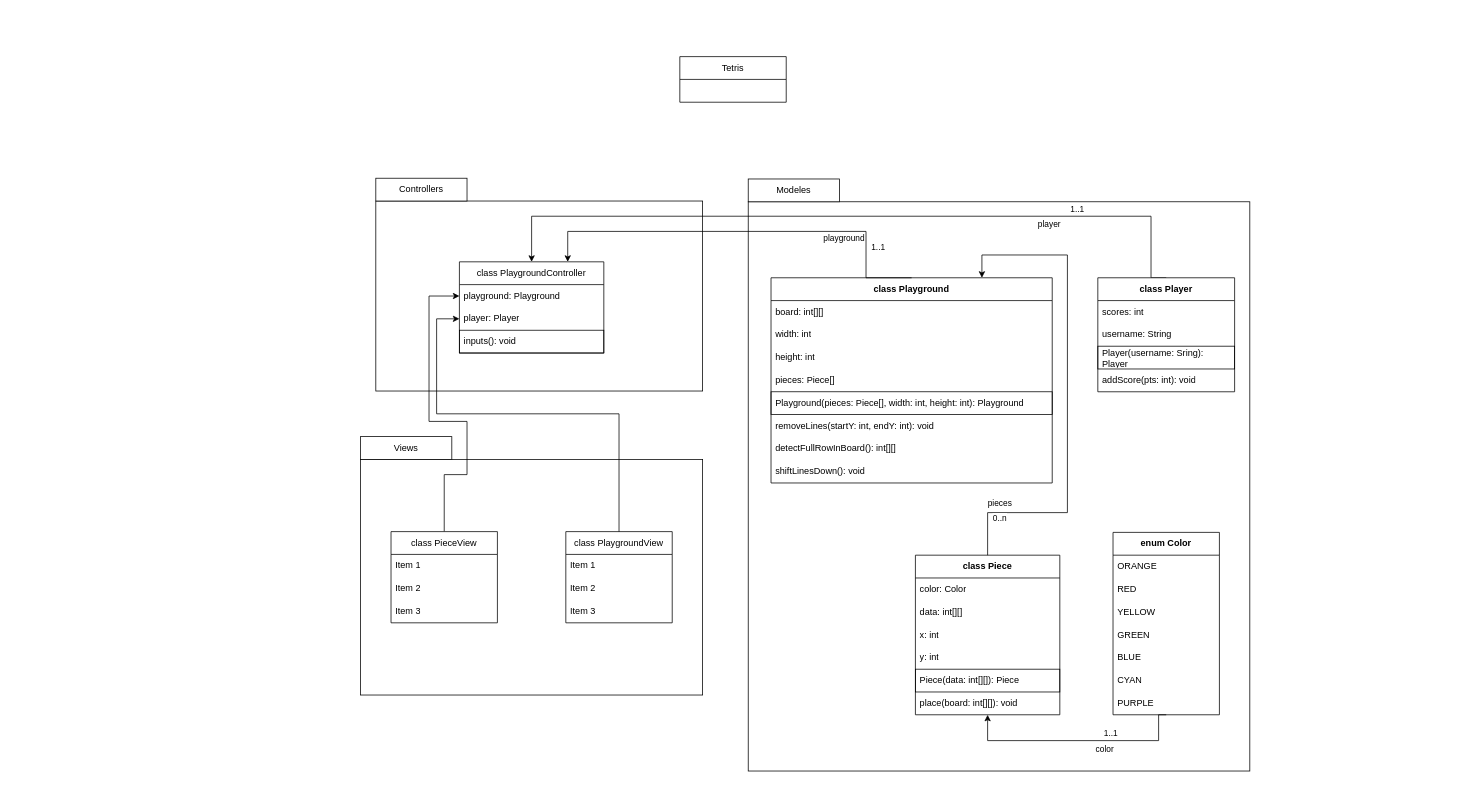
Earlier version of the draw.io diagram UML.drawio (ESEO-School-project/Tetris). Source tidied: cells renumbered, new cells numbered last; positions are measured from the earlier drawing's top-left corner, leaving out a move shared by most shapes. Both pictures are drawn from the tidied source at 76%, with x=0, y=0 at pixel (360, 56).
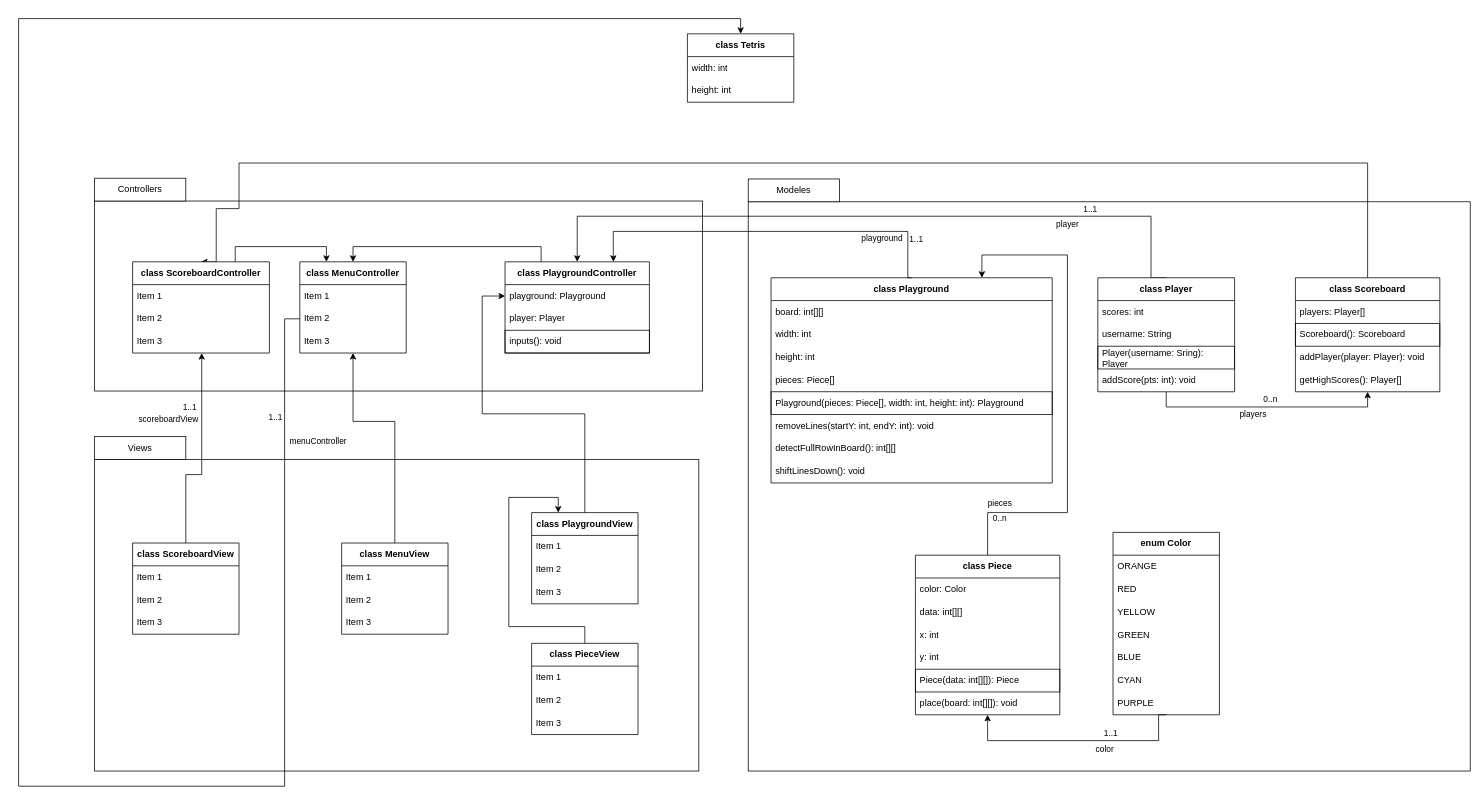
The same page after the edit.

Commit message (it also covers changes not shown here):
Mettre à jour UML.drawio

Unchanged cells that the change refers to:
```xml
<mxCell id="5" value="playground: Playground" style="text;strokeColor=none;fillColor=none;align=left;verticalAlign=middle;spacingLeft=4;spacingRight=4;overflow=hidden;points=[[0,0.5],[1,0.5]];portConstraint=eastwest;whiteSpace=wrap;html=1;" parent="4" vertex="1">
  <mxGeometry y="30" width="190" height="30" as="geometry" />
</mxCell>
<mxCell id="6" value="player: Player" style="text;strokeColor=none;fillColor=none;align=left;verticalAlign=middle;spacingLeft=4;spacingRight=4;overflow=hidden;points=[[0,0.5],[1,0.5]];portConstraint=eastwest;whiteSpace=wrap;html=1;" parent="4" vertex="1">
  <mxGeometry y="60" width="190" height="30" as="geometry" />
</mxCell>
<mxCell id="11" value="&lt;b&gt;class Player&lt;/b&gt;" style="swimlane;fontStyle=0;horizontal=1;startSize=30;whiteSpace=wrap;html=1;" parent="1" vertex="1">
  <mxGeometry x="970" y="291" width="180" height="150" as="geometry" />
</mxCell>
<mxCell id="16" value="&lt;b&gt;class Playground&lt;/b&gt;" style="swimlane;fontStyle=0;horizontal=1;startSize=30;whiteSpace=wrap;html=1;" parent="1" vertex="1">
  <mxGeometry x="540" y="291" width="370" height="270" as="geometry" />
</mxCell>
```

Diff of the diagram source:
```diff
@@
     <mxCell id="2" style="rounded=0;whiteSpace=wrap;html=1;" parent="1" vertex="1">
-      <mxGeometry x="20" y="190" width="430" height="250" as="geometry" />
+      <mxGeometry x="-350" y="190" width="800" height="250" as="geometry" />
     </mxCell>
     <mxCell id="3" style="rounded=0;whiteSpace=wrap;html=1;" parent="1" vertex="1">
-      <mxGeometry x="510" y="191" width="660" height="749" as="geometry" />
+      <mxGeometry x="510" y="191" width="950" height="749" as="geometry" />
     </mxCell>
+    <mxCell id="64" style="edgeStyle=orthogonalEdgeStyle;rounded=0;jettySize=auto;html=1;exitX=0.25;exitY=0;exitDx=0;exitDy=0;entryX=0.5;entryY=0;entryDx=0;entryDy=0;" parent="1" edge="1" source="4" target="76">
+      <mxGeometry relative="1" as="geometry" />
+    </mxCell>
-    <mxCell id="4" value="&lt;div&gt;class PlaygroundController&lt;/div&gt;" style="swimlane;fontStyle=0;horizontal=1;startSize=30;whiteSpace=wrap;html=1;" parent="1" vertex="1">
-      <mxGeometry x="130" y="270" width="190" height="120" as="geometry" />
+    <mxCell id="4" value="&lt;div&gt;&lt;b&gt;class PlaygroundController&lt;/b&gt;&lt;/div&gt;" style="swimlane;fontStyle=0;horizontal=1;startSize=30;whiteSpace=wrap;html=1;" parent="1" vertex="1">
+      <mxGeometry x="190" y="270" width="190" height="120" as="geometry" />
     </mxCell>
@@
     <mxCell id="8" style="edgeStyle=orthogonalEdgeStyle;rounded=0;jettySize=auto;html=1;entryX=0.5;entryY=0;entryDx=0;entryDy=0;exitX=0.5;exitY=0;exitDx=0;exitDy=0;" parent="1" edge="1" source="11" target="4">
       <mxGeometry relative="1" as="geometry">
         <Array as="points">
           <mxPoint x="1040" y="291" />
           <mxPoint x="1040" y="210" />
-          <mxPoint x="225" y="210" />
+          <mxPoint x="285" y="210" />
         </Array>
       </mxGeometry>
     </mxCell>
@@
+    <mxCell id="65" style="edgeStyle=orthogonalEdgeStyle;rounded=0;jettySize=auto;html=1;exitX=0.5;exitY=1;exitDx=0;exitDy=0;entryX=0.5;entryY=1;entryDx=0;entryDy=0;" parent="1" edge="1" source="11" target="71">
+      <mxGeometry relative="1" as="geometry" />
+    </mxCell>
+    <mxCell id="66" value="0..n" style="edgeLabel;html=1;align=center;verticalAlign=middle;" parent="65" vertex="1">
+      <mxGeometry x="-0.13" y="2" relative="1" as="geometry">
+        <mxPoint x="23" y="-9" as="offset" />
+      </mxGeometry>
+    </mxCell>
+    <mxCell id="67" value="players" style="edgeLabel;html=1;align=center;verticalAlign=middle;" parent="65" vertex="1">
+      <mxGeometry x="0.27" y="3" relative="1" as="geometry">
+        <mxPoint x="-61" y="12" as="offset" />
+      </mxGeometry>
+    </mxCell>
@@
     <mxCell id="40" style="edgeStyle=orthogonalEdgeStyle;rounded=0;jettySize=auto;html=1;exitX=0.5;exitY=0;exitDx=0;exitDy=0;entryX=0.75;entryY=0;entryDx=0;entryDy=0;" parent="1" edge="1" source="16" target="4">
       <mxGeometry relative="1" as="geometry">
         <Array as="points">
-          <mxPoint x="665" y="291" />
-          <mxPoint x="665" y="230" />
-          <mxPoint x="273" y="230" />
+          <mxPoint x="720" y="291" />
+          <mxPoint x="720" y="230" />
+          <mxPoint x="333" y="230" />
         </Array>
       </mxGeometry>
     </mxCell>
     <mxCell id="41" value="1..1" style="edgeLabel;html=1;align=center;verticalAlign=middle;" parent="40" vertex="1">
       <mxGeometry x="-0.53" y="-1" relative="1" as="geometry">
-        <mxPoint x="24" y="21" as="offset" />
+        <mxPoint x="60" y="11" as="offset" />
       </mxGeometry>
     </mxCell>
     <mxCell id="42" value="playground" style="edgeLabel;html=1;align=center;verticalAlign=middle;rotation=0;" parent="1" vertex="1">
-      <mxGeometry x="630" y="240" as="geometry">
+      <mxGeometry x="680" y="240" as="geometry">
         <mxPoint x="5" y="-2" as="offset" />
       </mxGeometry>
     </mxCell>
@@
     <mxCell id="50" value="Controllers" style="rounded=0;whiteSpace=wrap;html=1;" parent="1" vertex="1">
-      <mxGeometry x="20" y="160" width="120" height="30" as="geometry" />
+      <mxGeometry x="-350" y="160" width="120" height="30" as="geometry" />
     </mxCell>
     <mxCell id="51" style="rounded=0;whiteSpace=wrap;html=1;" parent="1" vertex="1">
-      <mxGeometry y="530" width="450" height="310" as="geometry" />
+      <mxGeometry x="-350" y="530" width="795" height="410" as="geometry" />
     </mxCell>
     <mxCell id="52" value="Views" style="rounded=0;whiteSpace=wrap;html=1;" parent="1" vertex="1">
-      <mxGeometry y="500" width="120" height="30" as="geometry" />
+      <mxGeometry x="-350" y="500" width="120" height="30" as="geometry" />
     </mxCell>
-    <mxCell id="53" style="edgeStyle=orthogonalEdgeStyle;rounded=0;jettySize=auto;html=1;exitX=0.5;exitY=0;exitDx=0;exitDy=0;entryX=0;entryY=0.5;entryDx=0;entryDy=0;" parent="1" edge="1" source="54" target="5">
+    <mxCell id="53" style="edgeStyle=orthogonalEdgeStyle;rounded=0;jettySize=auto;html=1;exitX=0.5;exitY=0;exitDx=0;exitDy=0;entryX=0.25;entryY=0;entryDx=0;entryDy=0;" parent="1" edge="1" source="54" target="58">
       <mxGeometry relative="1" as="geometry">
         <Array as="points">
-          <mxPoint x="110" y="550" />
-          <mxPoint x="140" y="550" />
-          <mxPoint x="140" y="480" />
-          <mxPoint x="90" y="480" />
-          <mxPoint x="90" y="315" />
+          <mxPoint x="295" y="750" />
+          <mxPoint x="195" y="750" />
+          <mxPoint x="195" y="580" />
+          <mxPoint x="260" y="580" />
         </Array>
       </mxGeometry>
     </mxCell>
-    <mxCell id="54" value="class PieceView" style="swimlane;fontStyle=0;horizontal=1;startSize=30;whiteSpace=wrap;html=1;" parent="1" vertex="1">
-      <mxGeometry x="40" y="625" width="140" height="120" as="geometry" />
+    <mxCell id="54" value="&lt;b&gt;class PieceView&lt;/b&gt;" style="swimlane;fontStyle=0;horizontal=1;startSize=30;whiteSpace=wrap;html=1;" parent="1" vertex="1">
+      <mxGeometry x="225" y="772" width="140" height="120" as="geometry" />
     </mxCell>
@@
-    <mxCell id="58" value="class PlaygroundView" style="swimlane;fontStyle=0;horizontal=1;startSize=30;whiteSpace=wrap;html=1;" parent="1" vertex="1">
-      <mxGeometry x="270" y="625" width="140" height="120" as="geometry" />
+    <mxCell id="58" value="&lt;b&gt;class PlaygroundView&lt;/b&gt;" style="swimlane;fontStyle=0;horizontal=1;startSize=30;whiteSpace=wrap;html=1;" parent="1" vertex="1">
+      <mxGeometry x="225" y="600" width="140" height="120" as="geometry" />
     </mxCell>
@@
-    <mxCell id="62" value="Tetris" style="swimlane;fontStyle=0;horizontal=1;startSize=30;whiteSpace=wrap;html=1;" parent="1" vertex="1">
-      <mxGeometry x="420" width="140" height="60" as="geometry" />
+    <mxCell id="62" value="&lt;b&gt;class Tetris&lt;/b&gt;" style="swimlane;fontStyle=0;horizontal=1;startSize=30;whiteSpace=wrap;html=1;" parent="1" vertex="1">
+      <mxGeometry x="430" y="-30" width="140" height="90" as="geometry" />
     </mxCell>
+    <mxCell id="68" value="width: int" style="text;strokeColor=none;fillColor=none;align=left;verticalAlign=middle;spacingLeft=4;spacingRight=4;overflow=hidden;whiteSpace=wrap;html=1;" parent="62" vertex="1">
+      <mxGeometry y="30" width="140" height="30" as="geometry" />
+    </mxCell>
+    <mxCell id="69" value="height: int" style="text;strokeColor=none;fillColor=none;align=left;verticalAlign=middle;spacingLeft=4;spacingRight=4;overflow=hidden;whiteSpace=wrap;html=1;" parent="62" vertex="1">
+      <mxGeometry y="60" width="140" height="30" as="geometry" />
+    </mxCell>
-    <mxCell id="63" style="edgeStyle=orthogonalEdgeStyle;rounded=0;jettySize=auto;html=1;exitX=0.5;exitY=0;exitDx=0;exitDy=0;entryX=0;entryY=0.5;entryDx=0;entryDy=0;" parent="1" edge="1" source="58" target="6">
+    <mxCell id="63" style="edgeStyle=orthogonalEdgeStyle;rounded=0;jettySize=auto;html=1;exitX=0.5;exitY=0;exitDx=0;exitDy=0;entryX=0;entryY=0.5;entryDx=0;entryDy=0;" parent="1" edge="1" source="58" target="5">
       <mxGeometry relative="1" as="geometry">
         <Array as="points">
-          <mxPoint x="340" y="470" />
-          <mxPoint x="100" y="470" />
-          <mxPoint x="100" y="345" />
+          <mxPoint x="295" y="470" />
+          <mxPoint x="160" y="470" />
+          <mxPoint x="160" y="315" />
         </Array>
       </mxGeometry>
     </mxCell>
+    <mxCell id="70" style="edgeStyle=orthogonalEdgeStyle;rounded=0;jettySize=auto;html=1;exitX=0.5;exitY=0;exitDx=0;exitDy=0;entryX=0.5;entryY=0;entryDx=0;entryDy=0;" parent="1" edge="1" source="71" target="90">
+      <mxGeometry relative="1" as="geometry">
+        <Array as="points">
+          <mxPoint x="1325" y="140" />
+          <mxPoint x="-160" y="140" />
+          <mxPoint x="-160" y="200" />
+          <mxPoint x="-190" y="200" />
+        </Array>
+      </mxGeometry>
+    </mxCell>
+    <mxCell id="71" value="&lt;b&gt;class Scoreboard&lt;/b&gt;" style="swimlane;fontStyle=0;horizontal=1;startSize=30;whiteSpace=wrap;html=1;" parent="1" vertex="1">
+      <mxGeometry x="1230" y="291" width="190" height="150" as="geometry" />
+    </mxCell>
+    <mxCell id="72" value="players: Player[]" style="text;strokeColor=none;fillColor=none;align=left;verticalAlign=middle;spacingLeft=4;spacingRight=4;overflow=hidden;whiteSpace=wrap;html=1;" parent="71" vertex="1">
+      <mxGeometry y="30" width="190" height="30" as="geometry" />
+    </mxCell>
+    <mxCell id="73" value="Scoreboard(): Scoreboard" style="text;strokeColor=default;fillColor=none;align=left;verticalAlign=middle;spacingLeft=4;spacingRight=4;overflow=hidden;whiteSpace=wrap;html=1;" parent="71" vertex="1">
+      <mxGeometry y="60" width="190" height="30" as="geometry" />
+    </mxCell>
+    <mxCell id="74" value="addPlayer(player: Player): void" style="text;strokeColor=none;fillColor=none;align=left;verticalAlign=middle;spacingLeft=4;spacingRight=4;overflow=hidden;whiteSpace=wrap;html=1;" parent="71" vertex="1">
+      <mxGeometry y="90" width="190" height="30" as="geometry" />
+    </mxCell>
+    <mxCell id="75" value="getHighScores(): Player[]" style="text;strokeColor=none;fillColor=none;align=left;verticalAlign=middle;spacingLeft=4;spacingRight=4;overflow=hidden;whiteSpace=wrap;html=1;" parent="71" vertex="1">
+      <mxGeometry y="120" width="190" height="30" as="geometry" />
+    </mxCell>
+    <mxCell id="76" value="&lt;b&gt;class MenuController&lt;/b&gt;" style="swimlane;fontStyle=0;horizontal=1;startSize=30;whiteSpace=wrap;html=1;" parent="1" vertex="1">
+      <mxGeometry x="-80" y="270" width="140" height="120" as="geometry" />
+    </mxCell>
+    <mxCell id="77" value="Item 1" style="text;strokeColor=none;fillColor=none;align=left;verticalAlign=middle;spacingLeft=4;spacingRight=4;overflow=hidden;whiteSpace=wrap;html=1;" parent="76" vertex="1">
+      <mxGeometry y="30" width="140" height="30" as="geometry" />
+    </mxCell>
+    <mxCell id="78" value="Item 2" style="text;strokeColor=none;fillColor=none;align=left;verticalAlign=middle;spacingLeft=4;spacingRight=4;overflow=hidden;points=[[0,0.5],[1,0.5]];portConstraint=eastwest;whiteSpace=wrap;html=1;" parent="76" vertex="1">
+      <mxGeometry y="60" width="140" height="30" as="geometry" />
+    </mxCell>
+    <mxCell id="79" value="Item 3" style="text;strokeColor=none;fillColor=none;align=left;verticalAlign=middle;spacingLeft=4;spacingRight=4;overflow=hidden;whiteSpace=wrap;html=1;" parent="76" vertex="1">
+      <mxGeometry y="90" width="140" height="30" as="geometry" />
+    </mxCell>
+    <mxCell id="80" style="edgeStyle=orthogonalEdgeStyle;rounded=0;jettySize=auto;html=1;exitX=0.5;exitY=0;exitDx=0;exitDy=0;entryX=0.5;entryY=1;entryDx=0;entryDy=0;" parent="1" edge="1" source="81" target="76">
+      <mxGeometry relative="1" as="geometry">
+        <Array as="points">
+          <mxPoint x="45" y="480" />
+          <mxPoint x="-10" y="480" />
+        </Array>
+      </mxGeometry>
+    </mxCell>
+    <mxCell id="81" value="&lt;b&gt;class MenuView&lt;/b&gt;" style="swimlane;fontStyle=0;horizontal=1;startSize=30;whiteSpace=wrap;html=1;" parent="1" vertex="1">
+      <mxGeometry x="-25" y="640" width="140" height="120" as="geometry" />
+    </mxCell>
+    <mxCell id="82" value="Item 1" style="text;strokeColor=none;fillColor=none;align=left;verticalAlign=middle;spacingLeft=4;spacingRight=4;overflow=hidden;whiteSpace=wrap;html=1;" parent="81" vertex="1">
+      <mxGeometry y="30" width="140" height="30" as="geometry" />
+    </mxCell>
+    <mxCell id="83" value="Item 2" style="text;strokeColor=none;fillColor=none;align=left;verticalAlign=middle;spacingLeft=4;spacingRight=4;overflow=hidden;whiteSpace=wrap;html=1;" parent="81" vertex="1">
+      <mxGeometry y="60" width="140" height="30" as="geometry" />
+    </mxCell>
+    <mxCell id="84" value="Item 3" style="text;strokeColor=none;fillColor=none;align=left;verticalAlign=middle;spacingLeft=4;spacingRight=4;overflow=hidden;whiteSpace=wrap;html=1;" parent="81" vertex="1">
+      <mxGeometry y="90" width="140" height="30" as="geometry" />
+    </mxCell>
+    <mxCell id="85" value="&lt;b&gt;class ScoreboardView&lt;/b&gt;" style="swimlane;fontStyle=0;horizontal=1;startSize=30;whiteSpace=wrap;html=1;" parent="1" vertex="1">
+      <mxGeometry x="-300" y="640" width="140" height="120" as="geometry" />
+    </mxCell>
+    <mxCell id="86" value="Item 1" style="text;strokeColor=none;fillColor=none;align=left;verticalAlign=middle;spacingLeft=4;spacingRight=4;overflow=hidden;whiteSpace=wrap;html=1;" parent="85" vertex="1">
+      <mxGeometry y="30" width="140" height="30" as="geometry" />
+    </mxCell>
+    <mxCell id="87" value="Item 2" style="text;strokeColor=none;fillColor=none;align=left;verticalAlign=middle;spacingLeft=4;spacingRight=4;overflow=hidden;whiteSpace=wrap;html=1;" parent="85" vertex="1">
+      <mxGeometry y="60" width="140" height="30" as="geometry" />
+    </mxCell>
+    <mxCell id="88" value="Item 3" style="text;strokeColor=none;fillColor=none;align=left;verticalAlign=middle;spacingLeft=4;spacingRight=4;overflow=hidden;whiteSpace=wrap;html=1;" parent="85" vertex="1">
+      <mxGeometry y="90" width="140" height="30" as="geometry" />
+    </mxCell>
+    <mxCell id="89" style="edgeStyle=orthogonalEdgeStyle;rounded=0;jettySize=auto;html=1;exitX=0.75;exitY=0;exitDx=0;exitDy=0;entryX=0.25;entryY=0;entryDx=0;entryDy=0;" parent="1" edge="1" source="90" target="76">
+      <mxGeometry relative="1" as="geometry" />
+    </mxCell>
+    <mxCell id="90" value="&lt;b&gt;class ScoreboardController&lt;/b&gt;" style="swimlane;fontStyle=0;horizontal=1;startSize=30;whiteSpace=wrap;html=1;" parent="1" vertex="1">
+      <mxGeometry x="-300" y="270" width="180" height="120" as="geometry" />
+    </mxCell>
+    <mxCell id="91" value="Item 1" style="text;strokeColor=none;fillColor=none;align=left;verticalAlign=middle;spacingLeft=4;spacingRight=4;overflow=hidden;whiteSpace=wrap;html=1;" parent="90" vertex="1">
+      <mxGeometry y="30" width="180" height="30" as="geometry" />
+    </mxCell>
+    <mxCell id="92" value="Item 2" style="text;strokeColor=none;fillColor=none;align=left;verticalAlign=middle;spacingLeft=4;spacingRight=4;overflow=hidden;whiteSpace=wrap;html=1;" parent="90" vertex="1">
+      <mxGeometry y="60" width="180" height="30" as="geometry" />
+    </mxCell>
+    <mxCell id="93" value="Item 3" style="text;strokeColor=none;fillColor=none;align=left;verticalAlign=middle;spacingLeft=4;spacingRight=4;overflow=hidden;points=[[0,0.5],[1,0.5]];portConstraint=eastwest;whiteSpace=wrap;html=1;" parent="90" vertex="1">
+      <mxGeometry y="90" width="180" height="30" as="geometry" />
+    </mxCell>
+    <mxCell id="94" style="edgeStyle=orthogonalEdgeStyle;rounded=0;jettySize=auto;html=1;exitX=0.5;exitY=0;exitDx=0;exitDy=0;entryX=0.505;entryY=1.002;entryDx=0;entryDy=0;entryPerimeter=0;" parent="1" edge="1" source="85" target="93">
+      <mxGeometry relative="1" as="geometry">
+        <Array as="points">
+          <mxPoint x="-230" y="550" />
+          <mxPoint x="-209" y="550" />
+        </Array>
+      </mxGeometry>
+    </mxCell>
+    <mxCell id="95" value="1..1" style="edgeLabel;html=1;align=center;verticalAlign=middle;" parent="94" vertex="1">
+      <mxGeometry x="0.47" relative="1" as="geometry">
+        <mxPoint x="-16" y="-1" as="offset" />
+      </mxGeometry>
+    </mxCell>
+    <mxCell id="96" value="scoreboardView" style="edgeLabel;html=1;align=center;verticalAlign=middle;" parent="94" vertex="1">
+      <mxGeometry x="0.26" y="5" relative="1" as="geometry">
+        <mxPoint x="-39" y="-13" as="offset" />
+      </mxGeometry>
+    </mxCell>
+    <mxCell id="97" style="edgeStyle=orthogonalEdgeStyle;rounded=0;jettySize=auto;html=1;exitX=0;exitY=0.5;exitDx=0;exitDy=0;entryX=0.5;entryY=0;entryDx=0;entryDy=0;" parent="1" edge="1" source="78" target="62">
+      <mxGeometry relative="1" as="geometry">
+        <Array as="points">
+          <mxPoint x="-100" y="345" />
+          <mxPoint x="-100" y="960" />
+          <mxPoint x="-450" y="960" />
+          <mxPoint x="-450" y="-50" />
+          <mxPoint x="500" y="-50" />
+        </Array>
+      </mxGeometry>
+    </mxCell>
+    <mxCell id="98" value="1..1" style="edgeLabel;html=1;align=center;verticalAlign=middle;" parent="97" vertex="1">
+      <mxGeometry x="-0.9" y="1" relative="1" as="geometry">
+        <mxPoint x="-14" as="offset" />
+      </mxGeometry>
+    </mxCell>
+    <mxCell id="99" value="menuController" style="edgeLabel;html=1;align=center;verticalAlign=middle;" parent="97" vertex="1">
+      <mxGeometry x="-0.88" y="-5" relative="1" as="geometry">
+        <mxPoint x="48" y="2" as="offset" />
+      </mxGeometry>
+    </mxCell>
```
